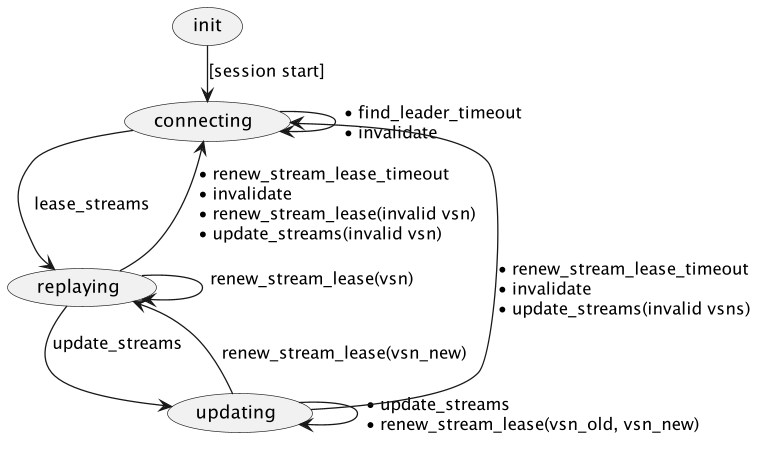
Above: active/0028-assets/session-side-state.png in emqx/eip (PlantUML), before the change. Its diagram source:
```plantuml
@startuml session-side-state
skinparam ranksep 20
skinparam dpi 125
skinparam packageTitleAlignment left
skinparam ArrowMessageAlignment left
skinparam DefaultTextAlignment left

(init) --> (connecting) : [session start]

(connecting) --> (connecting) :• find_leader_timeout \n• invalidate

(connecting) --> (replaying) :lease_streams

(replaying) --> (replaying): renew_stream_lease(vsn)\n

(replaying) --> (connecting) :• renew_stream_lease_timeout\n• invalidate\n• renew_stream_lease(invalid vsn)\n• update_streams(invalid vsn)


(replaying) --> (updating) :update_streams\n


(updating) --> (updating) :• update_streams\n• renew_stream_lease(vsn_old, vsn_new)

(updating) --> (replaying) :renew_stream_lease(vsn_new)


(updating) --> (connecting) :• renew_stream_lease_timeout\n• invalidate\n• update_streams(invalid vsns)

@enduml
```
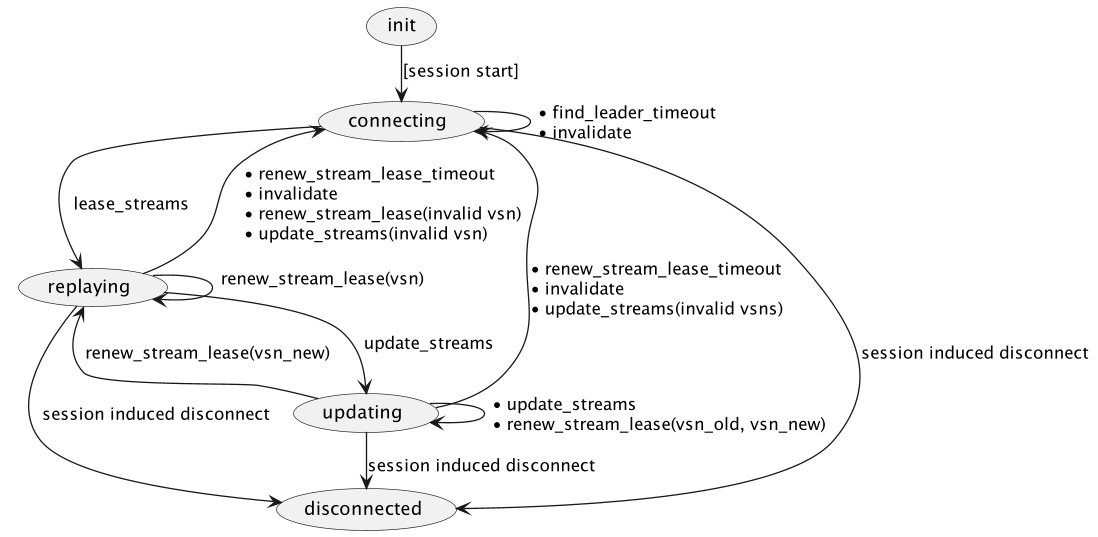
Above is the later version.

What changed in the source:
```diff
@@ -11,6 +11,8 @@
 
 (connecting) --> (replaying) :lease_streams
 
+(connecting) --> (disconnected) :session induced disconnect
+
 (replaying) --> (replaying): renew_stream_lease(vsn)\n
 
 (replaying) --> (connecting) :• renew_stream_lease_timeout\n• invalidate\n• renew_stream_lease(invalid vsn)\n• update_streams(invalid vsn)
@@ -18,6 +20,7 @@
 
 (replaying) --> (updating) :update_streams\n
 
+(replaying) --> (disconnected) :session induced disconnect
 
 (updating) --> (updating) :• update_streams\n• renew_stream_lease(vsn_old, vsn_new)
 
@@ -26,4 +29,6 @@
 
 (updating) --> (connecting) :• renew_stream_lease_timeout\n• invalidate\n• update_streams(invalid vsns)
 
+(updating) --> (disconnected) :session induced disconnect
+
 @enduml
```
